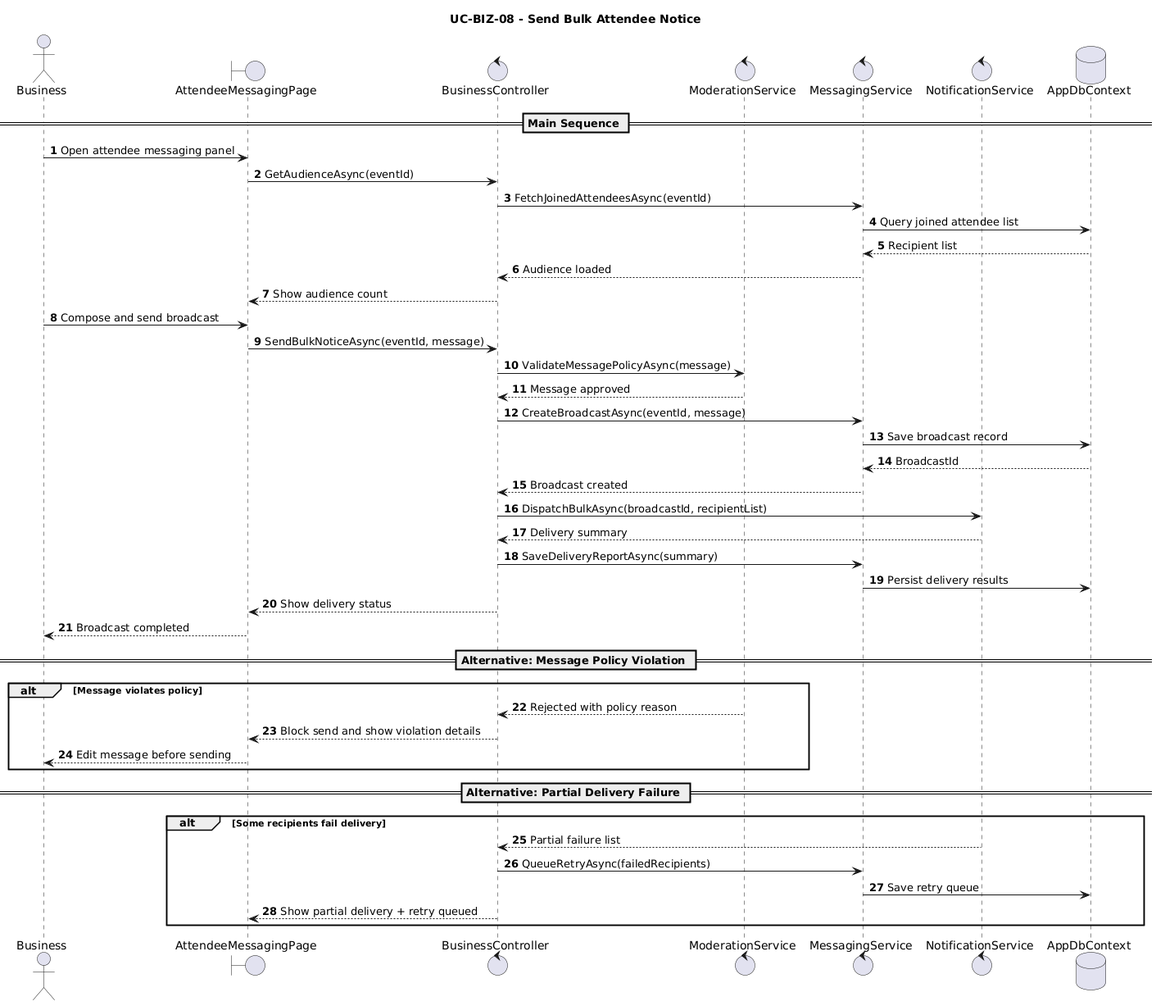
Before: User Cases/Sequence Diagrams/BusinessRole/SendBulkAttendeeNotice.png, a diagram exported from PlantUML (gorge-unc23/4ThePlot). The source it was exported from:
```plantuml
@startuml
title UC-BIZ-08 - Send Bulk Attendee Notice
autonumber

actor Business
boundary AttendeeMessagingPage
control BusinessController
control ModerationService
control MessagingService
control NotificationService
database AppDbContext

== Main Sequence ==
Business -> AttendeeMessagingPage: Open attendee messaging panel
AttendeeMessagingPage -> BusinessController: GetAudienceAsync(eventId)
BusinessController -> MessagingService: FetchJoinedAttendeesAsync(eventId)
MessagingService -> AppDbContext: Query joined attendee list
AppDbContext --> MessagingService: Recipient list
MessagingService --> BusinessController: Audience loaded
BusinessController --> AttendeeMessagingPage: Show audience count

Business -> AttendeeMessagingPage: Compose and send broadcast
AttendeeMessagingPage -> BusinessController: SendBulkNoticeAsync(eventId, message)
BusinessController -> ModerationService: ValidateMessagePolicyAsync(message)
ModerationService --> BusinessController: Message approved
BusinessController -> MessagingService: CreateBroadcastAsync(eventId, message)
MessagingService -> AppDbContext: Save broadcast record
AppDbContext --> MessagingService: BroadcastId
MessagingService --> BusinessController: Broadcast created

BusinessController -> NotificationService: DispatchBulkAsync(broadcastId, recipientList)
NotificationService --> BusinessController: Delivery summary
BusinessController -> MessagingService: SaveDeliveryReportAsync(summary)
MessagingService -> AppDbContext: Persist delivery results
BusinessController --> AttendeeMessagingPage: Show delivery status
AttendeeMessagingPage --> Business: Broadcast completed

== Alternative: Message Policy Violation ==
alt Message violates policy
  ModerationService --> BusinessController: Rejected with policy reason
  BusinessController --> AttendeeMessagingPage: Block send and show violation details
  AttendeeMessagingPage --> Business: Edit message before sending
end

== Alternative: Partial Delivery Failure ==
alt Some recipients fail delivery
  NotificationService --> BusinessController: Partial failure list
  BusinessController -> MessagingService: QueueRetryAsync(failedRecipients)
  MessagingService -> AppDbContext: Save retry queue
  BusinessController --> AttendeeMessagingPage: Show partial delivery + retry queued
end
@enduml
```
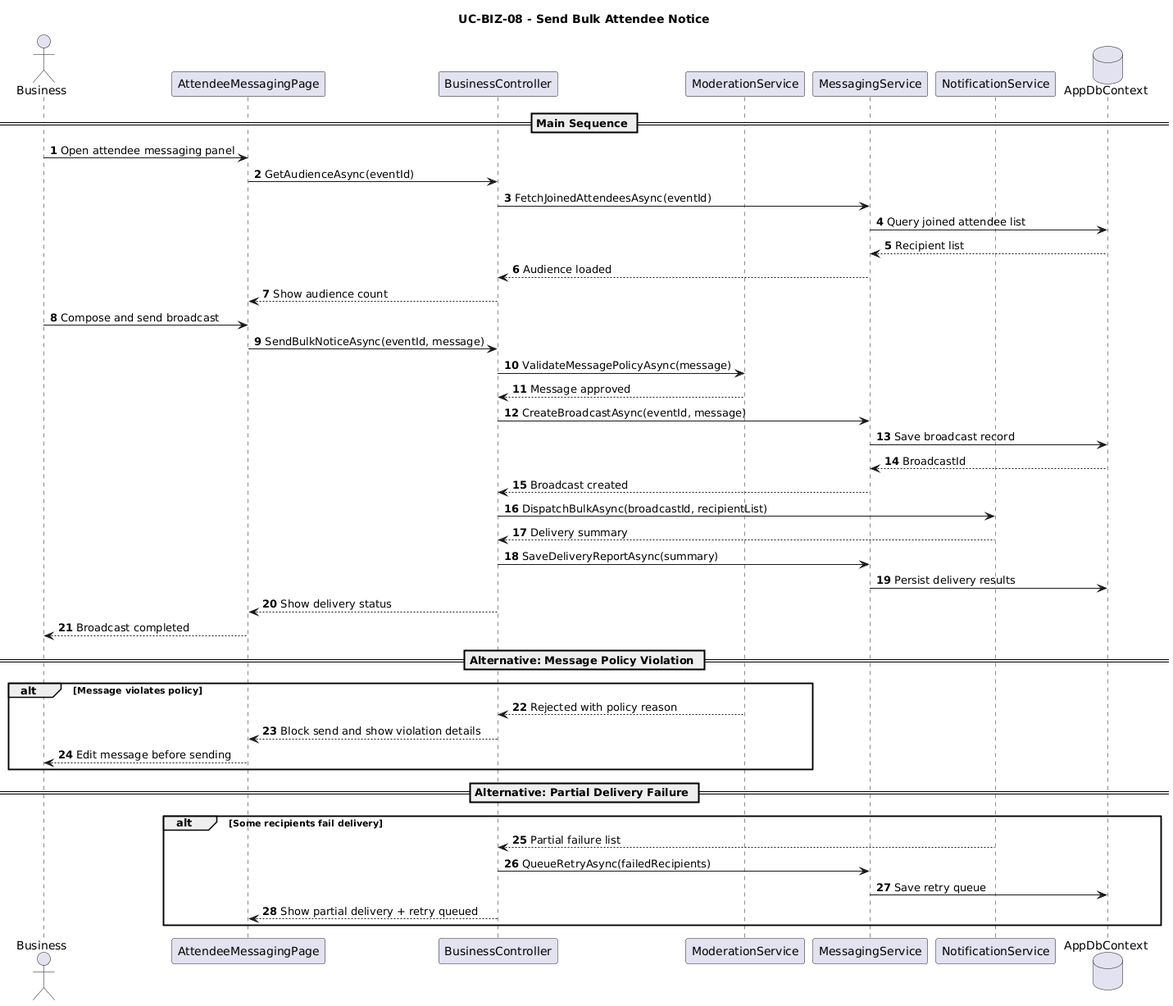
After the change.

Diff of the diagram source:
```diff
@@ -3,11 +3,11 @@
 autonumber
 
 actor Business
-boundary AttendeeMessagingPage
-control BusinessController
-control ModerationService
-control MessagingService
-control NotificationService
+participant AttendeeMessagingPage
+participant BusinessController
+participant ModerationService
+participant MessagingService
+participant NotificationService
 database AppDbContext
 
 == Main Sequence ==
```
